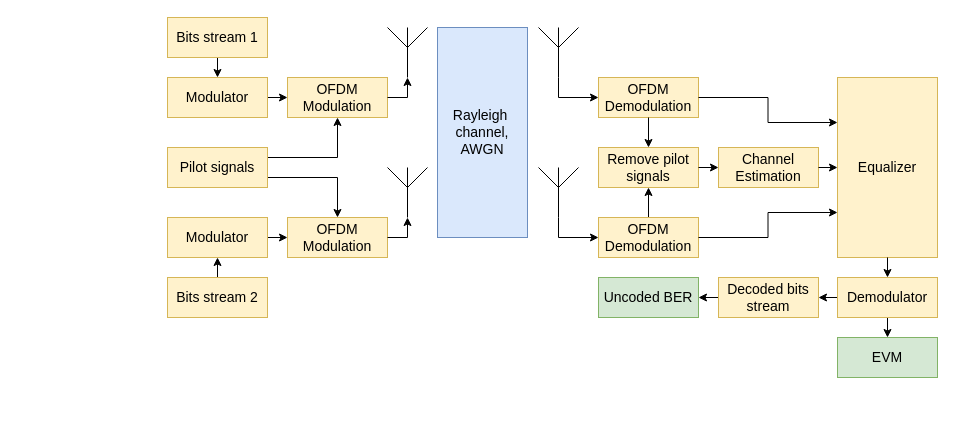
This is mimo_system.drawio from isvoropaev02/OFDM, a draw.io file, before an edit. Source tidied: cells renumbered, new cells numbered last; positions are measured from the earlier drawing's top-left corner, leaving out a move shared by most shapes. Both pictures are drawn from the tidied source at 100%, with x=0, y=0 at pixel (167, 17).
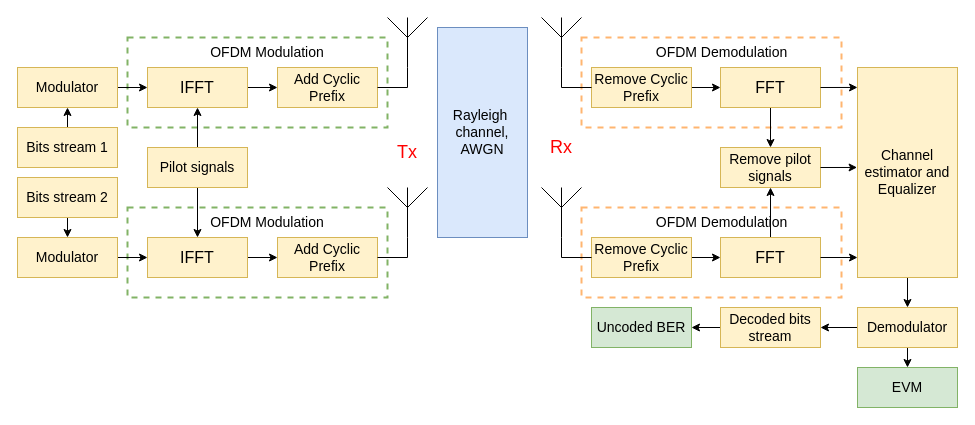
Above is the later version.

Diff of the diagram source:
```diff
@@
+    <mxCell id="43" style="rounded=0;whiteSpace=wrap;html=1;fillColor=none;strokeColor=#82b366;dashed=1;strokeWidth=2;" parent="1" vertex="1">
+      <mxGeometry x="-40" y="20" width="260" height="90" as="geometry" />
+    </mxCell>
+    <mxCell id="44" style="rounded=0;whiteSpace=wrap;html=1;fillColor=none;strokeColor=#82b366;dashed=1;strokeWidth=2;" parent="1" vertex="1">
+      <mxGeometry x="-40" y="190" width="260" height="90" as="geometry" />
+    </mxCell>
-    <mxCell id="2" style="edgeStyle=orthogonalEdgeStyle;rounded=0;jettySize=auto;html=1;exitX=0.5;exitY=1;exitDx=0;exitDy=0;entryX=0.5;entryY=0;entryDx=0;entryDy=0;" parent="1" edge="1" source="3" target="5">
+    <mxCell id="2" style="edgeStyle=orthogonalEdgeStyle;rounded=0;jettySize=auto;html=1;exitX=0.5;exitY=0;exitDx=0;exitDy=0;entryX=0.5;entryY=1;entryDx=0;entryDy=0;" parent="1" edge="1" source="3" target="5">
       <mxGeometry relative="1" as="geometry" />
     </mxCell>
     <mxCell id="3" value="&lt;font style=&quot;font-size: 14px;&quot; face=&quot;Helvetica&quot;&gt;Bits stream 1&lt;/font&gt;" style="rounded=0;whiteSpace=wrap;html=1;fillColor=#fff2cc;strokeColor=#d6b656;" parent="1" vertex="1">
-      <mxGeometry width="100" height="40" as="geometry" />
+      <mxGeometry x="-150" y="110" width="100" height="40" as="geometry" />
     </mxCell>
-    <mxCell id="4" style="edgeStyle=orthogonalEdgeStyle;rounded=0;jettySize=auto;html=1;exitX=1;exitY=0.5;exitDx=0;exitDy=0;entryX=0;entryY=0.5;entryDx=0;entryDy=0;" parent="1" edge="1" source="5" target="9">
-      <mxGeometry relative="1" as="geometry" />
-    </mxCell>
+    <mxCell id="45" style="edgeStyle=orthogonalEdgeStyle;rounded=0;jettySize=auto;html=1;exitX=1;exitY=0.5;exitDx=0;exitDy=0;entryX=0.5;entryY=1;entryDx=0;entryDy=0;" parent="1" edge="1" source="5" target="54">
+      <mxGeometry relative="1" as="geometry" />
+    </mxCell>
     <mxCell id="5" value="&lt;font style=&quot;font-size: 14px;&quot; face=&quot;Helvetica&quot;&gt;Modulator&lt;/font&gt;" style="rounded=0;whiteSpace=wrap;html=1;fillColor=#fff2cc;strokeColor=#d6b656;" parent="1" vertex="1">
-      <mxGeometry y="60" width="100" height="40" as="geometry" />
+      <mxGeometry x="-150" y="50" width="100" height="40" as="geometry" />
     </mxCell>
-    <mxCell id="6" style="edgeStyle=orthogonalEdgeStyle;rounded=0;jettySize=auto;html=1;exitX=1;exitY=0.25;exitDx=0;exitDy=0;entryX=0.5;entryY=1;entryDx=0;entryDy=0;" parent="1" edge="1" source="8" target="9">
-      <mxGeometry relative="1" as="geometry" />
-    </mxCell>
-    <mxCell id="7" style="edgeStyle=orthogonalEdgeStyle;rounded=0;jettySize=auto;html=1;exitX=1;exitY=0.75;exitDx=0;exitDy=0;entryX=0.5;entryY=0;entryDx=0;entryDy=0;" parent="1" edge="1" source="8" target="40">
-      <mxGeometry relative="1" as="geometry" />
-    </mxCell>
+    <mxCell id="46" style="edgeStyle=orthogonalEdgeStyle;rounded=0;jettySize=auto;html=1;exitX=0.5;exitY=0;exitDx=0;exitDy=0;entryX=1;entryY=0.5;entryDx=0;entryDy=0;" parent="1" edge="1" source="8" target="54">
+      <mxGeometry relative="1" as="geometry" />
+    </mxCell>
+    <mxCell id="47" style="edgeStyle=orthogonalEdgeStyle;rounded=0;jettySize=auto;html=1;exitX=0.5;exitY=1;exitDx=0;exitDy=0;entryX=0;entryY=0.5;entryDx=0;entryDy=0;" parent="1" edge="1" source="8" target="50">
+      <mxGeometry relative="1" as="geometry" />
+    </mxCell>
     <mxCell id="8" value="&lt;font style=&quot;font-size: 14px;&quot; face=&quot;Helvetica&quot;&gt;Pilot signals&lt;/font&gt;" style="rounded=0;whiteSpace=wrap;html=1;fillColor=#fff2cc;strokeColor=#d6b656;" parent="1" vertex="1">
-      <mxGeometry y="130" width="100" height="40" as="geometry" />
+      <mxGeometry x="-20" y="130" width="100" height="40" as="geometry" />
     </mxCell>
-    <mxCell id="9" value="&lt;font style=&quot;font-size: 14px;&quot; face=&quot;Helvetica&quot;&gt;OFDM Modulation&lt;/font&gt;" style="rounded=0;whiteSpace=wrap;html=1;fillColor=#fff2cc;strokeColor=#d6b656;" parent="1" vertex="1">
-      <mxGeometry x="120" y="60" width="100" height="40" as="geometry" />
-    </mxCell>
     <mxCell id="10" style="verticalLabelPosition=bottom;shadow=0;dashed=0;align=center;html=1;verticalAlign=top;shape=mxgraph.electrical.radio.aerial_-_antenna_1;" parent="1" vertex="1">
-      <mxGeometry x="220" y="10" width="40" height="50" as="geometry" />
+      <mxGeometry x="220" width="40" height="50" as="geometry" />
     </mxCell>
-    <mxCell id="11" style="edgeStyle=orthogonalEdgeStyle;rounded=0;jettySize=auto;html=1;entryX=0.5;entryY=1;entryDx=0;entryDy=0;entryPerimeter=0;exitX=1;exitY=0.5;exitDx=0;exitDy=0;" parent="1" edge="1" source="9" target="10">
-      <mxGeometry relative="1" as="geometry" />
-    </mxCell>
@@
-    <mxCell id="13" style="edgeStyle=orthogonalEdgeStyle;rounded=0;jettySize=auto;html=1;exitX=0.5;exitY=0;exitDx=0;exitDy=0;entryX=0.5;entryY=1;entryDx=0;entryDy=0;" parent="1" edge="1" source="19" target="14">
-      <mxGeometry relative="1" as="geometry" />
-    </mxCell>
     <mxCell id="14" value="&lt;font style=&quot;font-size: 14px;&quot; face=&quot;Helvetica&quot;&gt;Remove pilot signals&lt;/font&gt;" style="rounded=0;whiteSpace=wrap;html=1;fillColor=#fff2cc;strokeColor=#d6b656;" parent="1" vertex="1">
-      <mxGeometry x="431" y="130" width="100" height="40" as="geometry" />
+      <mxGeometry x="553" y="130" width="100" height="40" as="geometry" />
     </mxCell>
+    <mxCell id="35" style="edgeStyle=orthogonalEdgeStyle;rounded=0;jettySize=auto;html=1;exitX=0.5;exitY=1;exitDx=0;exitDy=0;entryX=0.5;entryY=0;entryDx=0;entryDy=0;" parent="1" edge="1" source="15" target="30">
+      <mxGeometry relative="1" as="geometry" />
+    </mxCell>
-    <mxCell id="15" value="&lt;font style=&quot;font-size: 14px;&quot; face=&quot;Helvetica&quot;&gt;Equalizer&lt;/font&gt;" style="rounded=0;whiteSpace=wrap;html=1;fillColor=#fff2cc;strokeColor=#d6b656;" parent="1" vertex="1">
-      <mxGeometry x="670" y="60" width="100" height="180" as="geometry" />
+    <mxCell id="15" value="&lt;font style=&quot;font-size: 14px;&quot; face=&quot;Helvetica&quot;&gt;Channel estimator and Equalizer&lt;/font&gt;" style="rounded=0;whiteSpace=wrap;html=1;fillColor=#fff2cc;strokeColor=#d6b656;" parent="1" vertex="1">
+      <mxGeometry x="690" y="50" width="100" height="210" as="geometry" />
     </mxCell>
-    <mxCell id="16" value="&lt;font style=&quot;font-size: 14px;&quot; face=&quot;Helvetica&quot;&gt;OFDM Demodulation&lt;/font&gt;" style="rounded=0;whiteSpace=wrap;html=1;fillColor=#fff2cc;strokeColor=#d6b656;" parent="1" vertex="1">
-      <mxGeometry x="431" y="60" width="100" height="40" as="geometry" />
-    </mxCell>
     <mxCell id="17" style="verticalLabelPosition=bottom;shadow=0;dashed=0;align=center;html=1;verticalAlign=top;shape=mxgraph.electrical.radio.aerial_-_antenna_1;" parent="1" vertex="1">
-      <mxGeometry x="371" y="10" width="40" height="50" as="geometry" />
+      <mxGeometry x="374" width="40" height="50" as="geometry" />
     </mxCell>
-    <mxCell id="18" style="edgeStyle=orthogonalEdgeStyle;rounded=0;jettySize=auto;html=1;exitX=0.5;exitY=1;exitDx=0;exitDy=0;entryX=0;entryY=0.5;entryDx=0;entryDy=0;exitPerimeter=0;" parent="1" edge="1" source="17" target="16">
-      <mxGeometry relative="1" as="geometry" />
-    </mxCell>
-    <mxCell id="19" value="&lt;font style=&quot;font-size: 14px;&quot; face=&quot;Helvetica&quot;&gt;OFDM Demodulation&lt;/font&gt;" style="rounded=0;whiteSpace=wrap;html=1;fillColor=#fff2cc;strokeColor=#d6b656;" parent="1" vertex="1">
-      <mxGeometry x="431" y="200" width="100" height="40" as="geometry" />
-    </mxCell>
     <mxCell id="20" style="verticalLabelPosition=bottom;shadow=0;dashed=0;align=center;html=1;verticalAlign=top;shape=mxgraph.electrical.radio.aerial_-_antenna_1;" parent="1" vertex="1">
-      <mxGeometry x="371" y="150" width="40" height="50" as="geometry" />
+      <mxGeometry x="374" y="170" width="40" height="50" as="geometry" />
     </mxCell>
-    <mxCell id="21" style="edgeStyle=orthogonalEdgeStyle;rounded=0;jettySize=auto;html=1;exitX=0.5;exitY=1;exitDx=0;exitDy=0;entryX=0;entryY=0.5;entryDx=0;entryDy=0;exitPerimeter=0;" parent="1" edge="1" source="20" target="19">
-      <mxGeometry relative="1" as="geometry">
-        <Array as="points">
-          <mxPoint x="391" y="220" />
-        </Array>
-      </mxGeometry>
-    </mxCell>
-    <mxCell id="22" style="edgeStyle=orthogonalEdgeStyle;rounded=0;jettySize=auto;html=1;exitX=0.5;exitY=1;exitDx=0;exitDy=0;entryX=0.5;entryY=0;entryDx=0;entryDy=0;" parent="1" edge="1" source="16" target="14">
-      <mxGeometry relative="1" as="geometry" />
-    </mxCell>
-    <mxCell id="23" value="&lt;font style=&quot;font-size: 14px;&quot; face=&quot;Helvetica&quot;&gt;Channel Estimation&lt;/font&gt;" style="rounded=0;whiteSpace=wrap;html=1;fillColor=#fff2cc;strokeColor=#d6b656;" parent="1" vertex="1">
-      <mxGeometry x="551" y="130" width="100" height="40" as="geometry" />
-    </mxCell>
-    <mxCell id="24" style="endArrow=classic;html=1;rounded=0;exitX=1;exitY=0.5;exitDx=0;exitDy=0;entryX=0;entryY=0.5;entryDx=0;entryDy=0;" parent="1" edge="1" source="14" target="23">
-      <mxGeometry relative="1" as="geometry" />
-    </mxCell>
-    <mxCell id="25" style="edgeStyle=orthogonalEdgeStyle;rounded=0;jettySize=auto;html=1;exitX=1;exitY=0.5;exitDx=0;exitDy=0;entryX=0;entryY=0.25;entryDx=0;entryDy=0;" parent="1" edge="1" source="16" target="15">
-      <mxGeometry relative="1" as="geometry" />
-    </mxCell>
-    <mxCell id="26" style="edgeStyle=orthogonalEdgeStyle;rounded=0;jettySize=auto;html=1;exitX=1;exitY=0.5;exitDx=0;exitDy=0;entryX=0;entryY=0.75;entryDx=0;entryDy=0;" parent="1" edge="1" source="19" target="15">
-      <mxGeometry relative="1" as="geometry" />
-    </mxCell>
-    <mxCell id="27" style="edgeStyle=orthogonalEdgeStyle;rounded=0;jettySize=auto;html=1;exitX=1;exitY=0.5;exitDx=0;exitDy=0;entryX=0;entryY=0.5;entryDx=0;entryDy=0;" parent="1" edge="1" source="23" target="15">
-      <mxGeometry relative="1" as="geometry" />
-    </mxCell>
@@
     <mxCell id="30" value="&lt;font style=&quot;font-size: 14px;&quot; face=&quot;Helvetica&quot;&gt;Demodulator&lt;/font&gt;" style="rounded=0;whiteSpace=wrap;html=1;fillColor=#fff2cc;strokeColor=#d6b656;" parent="1" vertex="1">
-      <mxGeometry x="670" y="260" width="100" height="40" as="geometry" />
+      <mxGeometry x="690" y="290" width="100" height="40" as="geometry" />
     </mxCell>
@@
     <mxCell id="32" value="&lt;font style=&quot;font-size: 14px;&quot; face=&quot;Helvetica&quot;&gt;Decoded bits stream&lt;/font&gt;" style="rounded=0;whiteSpace=wrap;html=1;fillColor=#fff2cc;strokeColor=#d6b656;" parent="1" vertex="1">
-      <mxGeometry x="551" y="260" width="100" height="40" as="geometry" />
+      <mxGeometry x="553" y="290" width="100" height="40" as="geometry" />
     </mxCell>
     <mxCell id="33" value="&lt;font style=&quot;font-size: 14px;&quot; face=&quot;Helvetica&quot;&gt;Uncoded BER&lt;/font&gt;" style="rounded=0;whiteSpace=wrap;html=1;fillColor=#d5e8d4;strokeColor=#82b366;" parent="1" vertex="1">
-      <mxGeometry x="431" y="260" width="100" height="40" as="geometry" />
+      <mxGeometry x="424" y="290" width="100" height="40" as="geometry" />
     </mxCell>
     <mxCell id="34" value="&lt;font style=&quot;font-size: 14px;&quot; face=&quot;Helvetica&quot;&gt;EVM&lt;/font&gt;" style="rounded=0;whiteSpace=wrap;html=1;fillColor=#d5e8d4;strokeColor=#82b366;" parent="1" vertex="1">
-      <mxGeometry x="670" y="320" width="100" height="40" as="geometry" />
+      <mxGeometry x="690" y="350" width="100" height="40" as="geometry" />
     </mxCell>
-    <mxCell id="35" style="endArrow=classic;html=1;rounded=0;exitX=0.5;exitY=1;exitDx=0;exitDy=0;entryX=0.5;entryY=0;entryDx=0;entryDy=0;" parent="1" edge="1" source="15" target="30">
-      <mxGeometry relative="1" as="geometry" />
-    </mxCell>
-    <mxCell id="36" style="edgeStyle=orthogonalEdgeStyle;rounded=0;jettySize=auto;html=1;exitX=0.5;exitY=0;exitDx=0;exitDy=0;entryX=0.5;entryY=1;entryDx=0;entryDy=0;" parent="1" edge="1" source="37" target="39">
+    <mxCell id="36" style="edgeStyle=orthogonalEdgeStyle;rounded=0;jettySize=auto;html=1;exitX=0.5;exitY=1;exitDx=0;exitDy=0;entryX=0.5;entryY=0;entryDx=0;entryDy=0;" parent="1" edge="1" source="37" target="39">
       <mxGeometry relative="1" as="geometry" />
     </mxCell>
     <mxCell id="37" value="&lt;font style=&quot;font-size: 14px;&quot; face=&quot;Helvetica&quot;&gt;Bits stream 2&lt;/font&gt;" style="rounded=0;whiteSpace=wrap;html=1;fillColor=#fff2cc;strokeColor=#d6b656;" parent="1" vertex="1">
-      <mxGeometry y="260" width="100" height="40" as="geometry" />
+      <mxGeometry x="-150" y="160" width="100" height="40" as="geometry" />
     </mxCell>
-    <mxCell id="38" style="edgeStyle=orthogonalEdgeStyle;rounded=0;jettySize=auto;html=1;exitX=1;exitY=0.5;exitDx=0;exitDy=0;entryX=0;entryY=0.5;entryDx=0;entryDy=0;" parent="1" edge="1" source="39" target="40">
-      <mxGeometry relative="1" as="geometry" />
-    </mxCell>
+    <mxCell id="48" style="edgeStyle=orthogonalEdgeStyle;rounded=0;jettySize=auto;html=1;exitX=1;exitY=0.5;exitDx=0;exitDy=0;entryX=0.5;entryY=1;entryDx=0;entryDy=0;" parent="1" edge="1" source="39" target="50">
+      <mxGeometry relative="1" as="geometry" />
+    </mxCell>
     <mxCell id="39" value="&lt;font style=&quot;font-size: 14px;&quot; face=&quot;Helvetica&quot;&gt;Modulator&lt;/font&gt;" style="rounded=0;whiteSpace=wrap;html=1;fillColor=#fff2cc;strokeColor=#d6b656;" parent="1" vertex="1">
-      <mxGeometry y="200" width="100" height="40" as="geometry" />
+      <mxGeometry x="-150" y="220" width="100" height="40" as="geometry" />
     </mxCell>
-    <mxCell id="40" value="&lt;font style=&quot;font-size: 14px;&quot; face=&quot;Helvetica&quot;&gt;OFDM Modulation&lt;/font&gt;" style="rounded=0;whiteSpace=wrap;html=1;fillColor=#fff2cc;strokeColor=#d6b656;" parent="1" vertex="1">
-      <mxGeometry x="120" y="200" width="100" height="40" as="geometry" />
-    </mxCell>
     <mxCell id="41" style="verticalLabelPosition=bottom;shadow=0;dashed=0;align=center;html=1;verticalAlign=top;shape=mxgraph.electrical.radio.aerial_-_antenna_1;" parent="1" vertex="1">
-      <mxGeometry x="220" y="150" width="40" height="50" as="geometry" />
+      <mxGeometry x="220" y="170" width="40" height="50" as="geometry" />
     </mxCell>
-    <mxCell id="42" style="edgeStyle=orthogonalEdgeStyle;rounded=0;jettySize=auto;html=1;entryX=0.5;entryY=1;entryDx=0;entryDy=0;entryPerimeter=0;exitX=1;exitY=0.5;exitDx=0;exitDy=0;" parent="1" edge="1" source="40" target="41">
-      <mxGeometry relative="1" as="geometry" />
-    </mxCell>
+    <mxCell id="49" style="edgeStyle=orthogonalEdgeStyle;rounded=0;jettySize=auto;html=1;exitX=0.5;exitY=0;exitDx=0;exitDy=0;entryX=0;entryY=0.5;entryDx=0;entryDy=0;" parent="1" edge="1" source="50" target="51">
+      <mxGeometry relative="1" as="geometry" />
+    </mxCell>
+    <mxCell id="50" value="&lt;font size=&quot;3&quot;&gt;IFFT&lt;/font&gt;" style="rounded=0;whiteSpace=wrap;html=1;direction=south;fillColor=#fff2cc;strokeColor=#d6b656;" parent="1" vertex="1">
+      <mxGeometry x="-20" y="220" width="100" height="40" as="geometry" />
+    </mxCell>
+    <mxCell id="51" value="&lt;font style=&quot;font-size: 14px;&quot; face=&quot;Helvetica&quot;&gt;Add Cyclic Prefix&lt;/font&gt;" style="rounded=0;whiteSpace=wrap;html=1;fillColor=#fff2cc;strokeColor=#d6b656;" parent="1" vertex="1">
+      <mxGeometry x="110" y="220" width="100" height="40" as="geometry" />
+    </mxCell>
+    <mxCell id="52" value="&lt;font style=&quot;font-size: 14px;&quot;&gt;OFDM Modulation&lt;/font&gt;" style="text;html=1;align=center;verticalAlign=middle;whiteSpace=wrap;rounded=0;" parent="1" vertex="1">
+      <mxGeometry x="40" y="190" width="120" height="30" as="geometry" />
+    </mxCell>
+    <mxCell id="53" style="edgeStyle=orthogonalEdgeStyle;rounded=0;jettySize=auto;html=1;exitX=0.5;exitY=0;exitDx=0;exitDy=0;entryX=0;entryY=0.5;entryDx=0;entryDy=0;" parent="1" edge="1" source="54" target="55">
+      <mxGeometry relative="1" as="geometry" />
+    </mxCell>
+    <mxCell id="54" value="&lt;font size=&quot;3&quot;&gt;IFFT&lt;/font&gt;" style="rounded=0;whiteSpace=wrap;html=1;direction=south;fillColor=#fff2cc;strokeColor=#d6b656;" parent="1" vertex="1">
+      <mxGeometry x="-20" y="50" width="100" height="40" as="geometry" />
+    </mxCell>
+    <mxCell id="55" value="&lt;font style=&quot;font-size: 14px;&quot; face=&quot;Helvetica&quot;&gt;Add Cyclic Prefix&lt;/font&gt;" style="rounded=0;whiteSpace=wrap;html=1;fillColor=#fff2cc;strokeColor=#d6b656;" parent="1" vertex="1">
+      <mxGeometry x="110" y="50" width="100" height="40" as="geometry" />
+    </mxCell>
+    <mxCell id="56" value="&lt;font style=&quot;font-size: 14px;&quot;&gt;OFDM Modulation&lt;/font&gt;" style="text;html=1;align=center;verticalAlign=middle;whiteSpace=wrap;rounded=0;" parent="1" vertex="1">
+      <mxGeometry x="40" y="20" width="120" height="30" as="geometry" />
+    </mxCell>
+    <mxCell id="57" style="edgeStyle=orthogonalEdgeStyle;rounded=0;jettySize=auto;html=1;exitX=1;exitY=0.5;exitDx=0;exitDy=0;entryX=0.5;entryY=1;entryDx=0;entryDy=0;entryPerimeter=0;endArrow=none;endFill=0;" parent="1" edge="1" source="51" target="41">
+      <mxGeometry relative="1" as="geometry" />
+    </mxCell>
+    <mxCell id="58" style="edgeStyle=orthogonalEdgeStyle;rounded=0;jettySize=auto;html=1;exitX=1;exitY=0.5;exitDx=0;exitDy=0;entryX=0.5;entryY=1;entryDx=0;entryDy=0;entryPerimeter=0;endArrow=none;endFill=0;" parent="1" edge="1" source="55" target="10">
+      <mxGeometry relative="1" as="geometry" />
+    </mxCell>
+    <mxCell id="59" style="rounded=0;whiteSpace=wrap;html=1;fillColor=none;strokeColor=#FFB570;dashed=1;strokeWidth=2;" parent="1" vertex="1">
+      <mxGeometry x="414" y="190" width="260" height="90" as="geometry" />
+    </mxCell>
+    <mxCell id="60" style="edgeStyle=orthogonalEdgeStyle;rounded=0;jettySize=auto;html=1;exitX=1;exitY=0.5;exitDx=0;exitDy=0;entryX=0.5;entryY=1;entryDx=0;entryDy=0;" parent="1" edge="1" source="61" target="63">
+      <mxGeometry relative="1" as="geometry" />
+    </mxCell>
+    <mxCell id="61" value="&lt;font style=&quot;font-size: 14px;&quot; face=&quot;Helvetica&quot;&gt;Remove Cyclic Prefix&lt;/font&gt;" style="rounded=0;whiteSpace=wrap;html=1;fillColor=#fff2cc;strokeColor=#d6b656;" parent="1" vertex="1">
+      <mxGeometry x="424" y="220" width="100" height="40" as="geometry" />
+    </mxCell>
+    <mxCell id="62" style="edgeStyle=orthogonalEdgeStyle;rounded=0;jettySize=auto;html=1;exitX=0;exitY=0.5;exitDx=0;exitDy=0;entryX=0.5;entryY=1;entryDx=0;entryDy=0;" parent="1" edge="1" source="63" target="14">
+      <mxGeometry relative="1" as="geometry" />
+    </mxCell>
+    <mxCell id="63" value="&lt;font size=&quot;3&quot;&gt;FFT&lt;/font&gt;" style="rounded=0;whiteSpace=wrap;html=1;direction=south;fillColor=#fff2cc;strokeColor=#d6b656;" parent="1" vertex="1">
+      <mxGeometry x="553" y="220" width="100" height="40" as="geometry" />
+    </mxCell>
+    <mxCell id="64" value="&lt;font style=&quot;font-size: 14px;&quot;&gt;OFDM Demodulation&lt;/font&gt;" style="text;html=1;align=center;verticalAlign=middle;whiteSpace=wrap;rounded=0;" parent="1" vertex="1">
+      <mxGeometry x="484.5" y="190" width="139" height="30" as="geometry" />
+    </mxCell>
+    <mxCell id="65" style="rounded=0;whiteSpace=wrap;html=1;fillColor=none;strokeColor=#FFB570;dashed=1;strokeWidth=2;" parent="1" vertex="1">
+      <mxGeometry x="414" y="20" width="260" height="90" as="geometry" />
+    </mxCell>
+    <mxCell id="66" style="edgeStyle=orthogonalEdgeStyle;rounded=0;jettySize=auto;html=1;exitX=1;exitY=0.5;exitDx=0;exitDy=0;entryX=0.5;entryY=1;entryDx=0;entryDy=0;" parent="1" edge="1" source="67" target="69">
+      <mxGeometry relative="1" as="geometry" />
+    </mxCell>
+    <mxCell id="67" value="&lt;font style=&quot;font-size: 14px;&quot; face=&quot;Helvetica&quot;&gt;Remove Cyclic Prefix&lt;/font&gt;" style="rounded=0;whiteSpace=wrap;html=1;fillColor=#fff2cc;strokeColor=#d6b656;" parent="1" vertex="1">
+      <mxGeometry x="424" y="50" width="100" height="40" as="geometry" />
+    </mxCell>
+    <mxCell id="68" style="edgeStyle=orthogonalEdgeStyle;rounded=0;jettySize=auto;html=1;exitX=1;exitY=0.5;exitDx=0;exitDy=0;entryX=0.5;entryY=0;entryDx=0;entryDy=0;" parent="1" edge="1" source="69" target="14">
+      <mxGeometry relative="1" as="geometry" />
+    </mxCell>
+    <mxCell id="69" value="&lt;font size=&quot;3&quot;&gt;FFT&lt;/font&gt;" style="rounded=0;whiteSpace=wrap;html=1;direction=south;fillColor=#fff2cc;strokeColor=#d6b656;" parent="1" vertex="1">
+      <mxGeometry x="553" y="50" width="100" height="40" as="geometry" />
+    </mxCell>
+    <mxCell id="70" value="&lt;font style=&quot;font-size: 14px;&quot;&gt;OFDM Demodulation&lt;/font&gt;" style="text;html=1;align=center;verticalAlign=middle;whiteSpace=wrap;rounded=0;" parent="1" vertex="1">
+      <mxGeometry x="484.5" y="20" width="139" height="30" as="geometry" />
+    </mxCell>
+    <mxCell id="71" style="edgeStyle=orthogonalEdgeStyle;rounded=0;jettySize=auto;html=1;exitX=0.5;exitY=0;exitDx=0;exitDy=0;entryX=0;entryY=0.907;entryDx=0;entryDy=0;entryPerimeter=0;" parent="1" edge="1" source="63" target="15">
+      <mxGeometry relative="1" as="geometry" />
+    </mxCell>
+    <mxCell id="72" style="edgeStyle=orthogonalEdgeStyle;rounded=0;jettySize=auto;html=1;exitX=0.5;exitY=0;exitDx=0;exitDy=0;entryX=0;entryY=0.095;entryDx=0;entryDy=0;entryPerimeter=0;" parent="1" edge="1" source="69" target="15">
+      <mxGeometry relative="1" as="geometry" />
+    </mxCell>
+    <mxCell id="73" style="edgeStyle=orthogonalEdgeStyle;rounded=0;jettySize=auto;html=1;exitX=1;exitY=0.5;exitDx=0;exitDy=0;entryX=-0.004;entryY=0.476;entryDx=0;entryDy=0;entryPerimeter=0;" parent="1" edge="1" source="14" target="15">
+      <mxGeometry relative="1" as="geometry" />
+    </mxCell>
+    <mxCell id="74" style="edgeStyle=orthogonalEdgeStyle;rounded=0;jettySize=auto;html=1;exitX=0;exitY=0.5;exitDx=0;exitDy=0;entryX=0.5;entryY=1;entryDx=0;entryDy=0;entryPerimeter=0;endArrow=none;endFill=0;" parent="1" edge="1" source="67" target="17">
+      <mxGeometry relative="1" as="geometry" />
+    </mxCell>
+    <mxCell id="75" style="edgeStyle=orthogonalEdgeStyle;rounded=0;jettySize=auto;html=1;exitX=0;exitY=0.5;exitDx=0;exitDy=0;entryX=0.5;entryY=1;entryDx=0;entryDy=0;entryPerimeter=0;endArrow=none;endFill=0;" parent="1" edge="1" source="61" target="20">
+      <mxGeometry relative="1" as="geometry" />
+    </mxCell>
+    <mxCell id="76" value="Tx" style="text;html=1;align=center;verticalAlign=middle;whiteSpace=wrap;rounded=0;fontSize=18;fontColor=#FF0000;" parent="1" vertex="1">
+      <mxGeometry x="210" y="120" width="60" height="30" as="geometry" />
+    </mxCell>
+    <mxCell id="77" value="Rx" style="text;html=1;align=center;verticalAlign=middle;whiteSpace=wrap;rounded=0;fontSize=18;fontColor=#FF0000;" parent="1" vertex="1">
+      <mxGeometry x="364" y="115" width="60" height="30" as="geometry" />
+    </mxCell>
```
